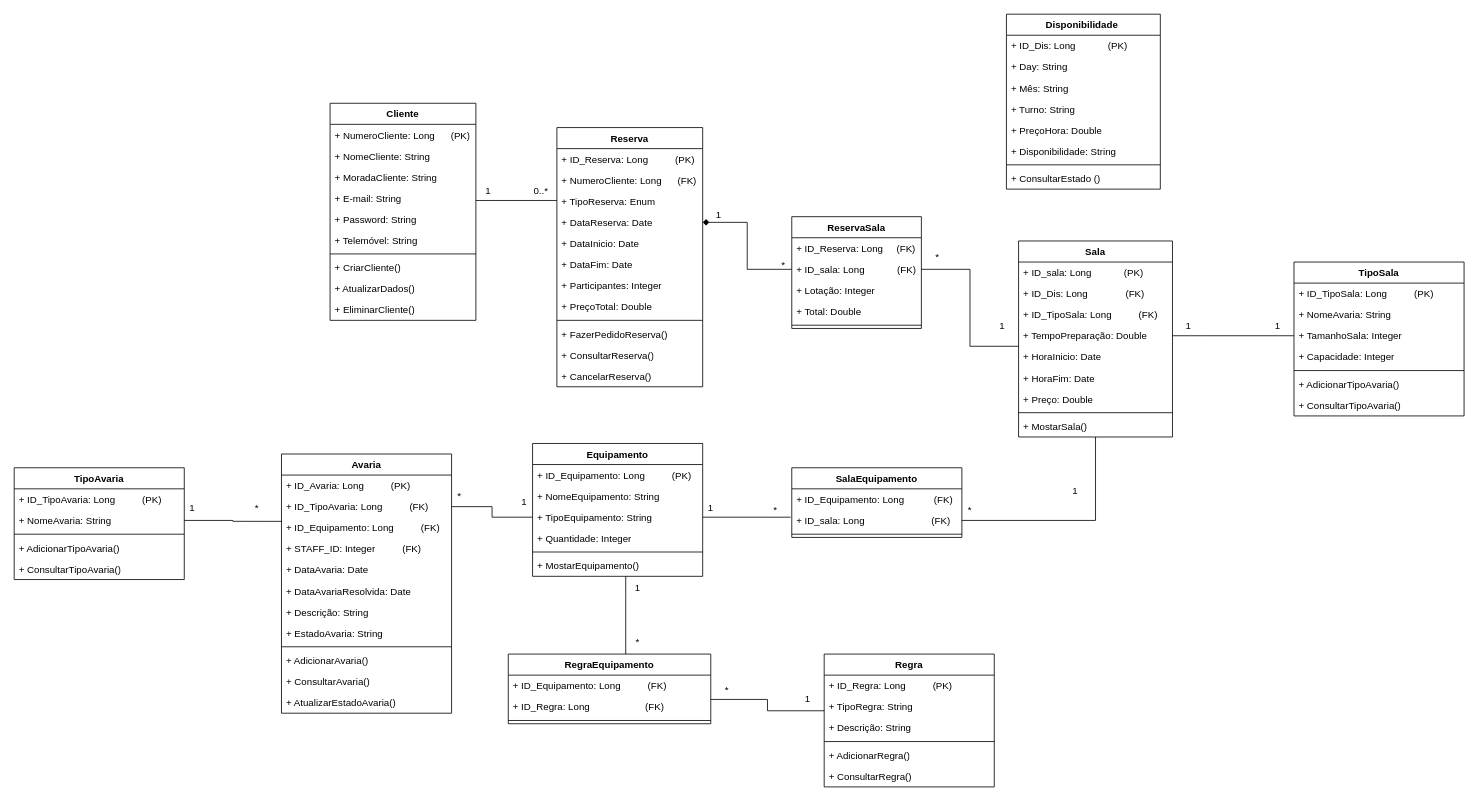
Earlier version of the draw.io diagram page "Diagrama de Classes" (1 of 2) of UMLDiagram.drawio (ic3K1ng/Rooms-Equipments). Source tidied: cells renumbered, new cells numbered last; positions are measured from the earlier drawing's top-left corner, leaving out a move shared by most shapes. Both pictures are drawn from the tidied source at 81%, with x=0, y=0 at pixel (14, 14).
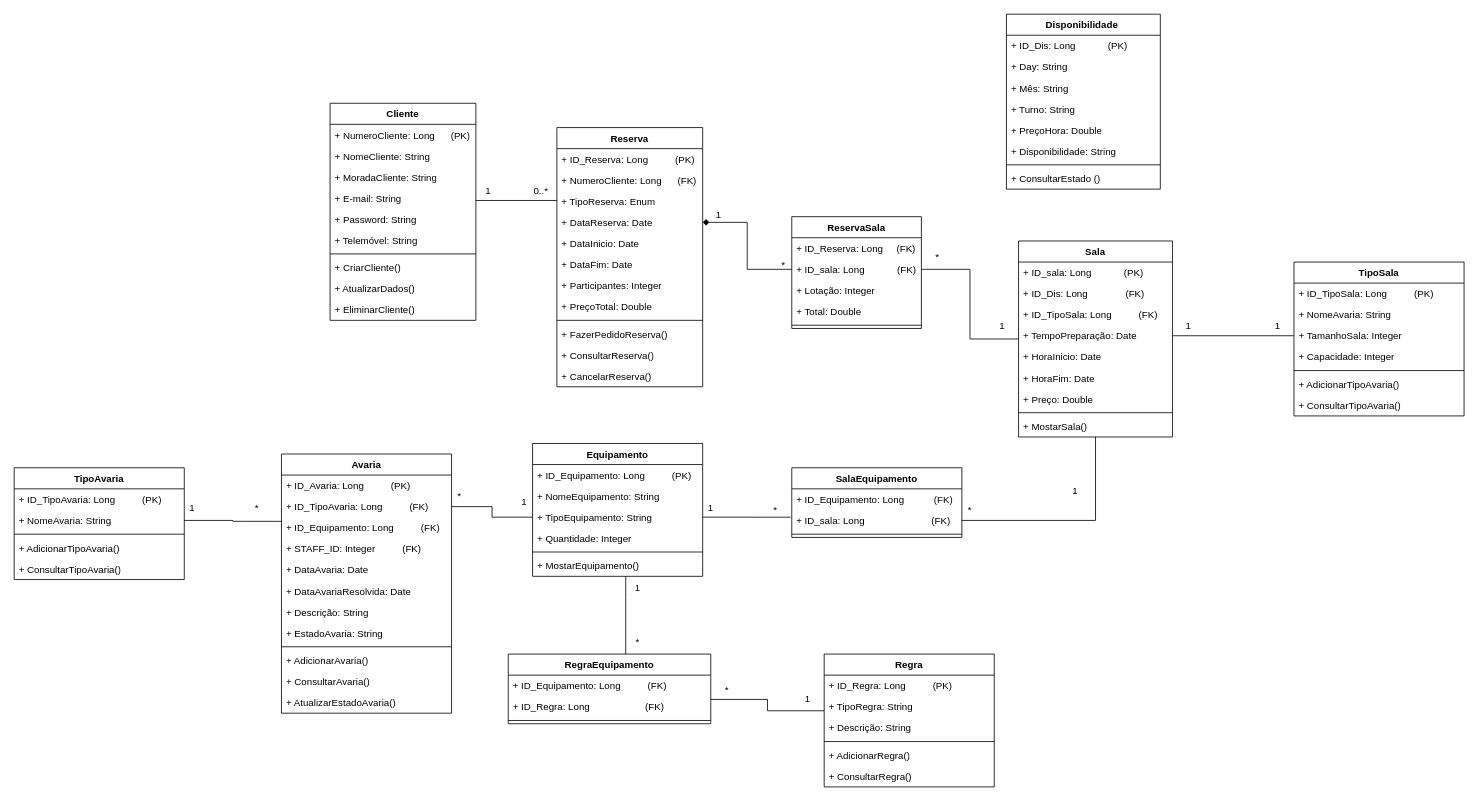
The same page after the edit.

The change refers to these unchanged cells:
```xml
<mxCell id="14" value="Sala" style="swimlane;fontStyle=1;align=center;verticalAlign=top;horizontal=1;startSize=26;whiteSpace=wrap;html=1;" parent="1" vertex="1">
  <mxGeometry x="1240" y="280" width="190" height="242" as="geometry" />
</mxCell>
<mxCell id="48" value="+ ID_sala: Long&amp;nbsp; &amp;nbsp; &amp;nbsp; &amp;nbsp; &amp;nbsp; &amp;nbsp; (FK)" style="text;strokeColor=none;fillColor=none;align=left;verticalAlign=top;spacingLeft=4;spacingRight=4;overflow=hidden;points=[[0,0.5],[1,0.5]];portConstraint=eastwest;whiteSpace=wrap;html=1;" parent="46" vertex="1">
  <mxGeometry y="52" width="160" height="26" as="geometry" />
</mxCell>
```

Change to the diagram source:
```diff
@@
-    <mxCell id="18" value="+ TempoPreparação: Double" style="text;strokeColor=none;fillColor=none;align=left;verticalAlign=top;spacingLeft=4;spacingRight=4;overflow=hidden;whiteSpace=wrap;html=1;" parent="14" vertex="1">
+    <mxCell id="18" value="+ TempoPreparação: Date" style="text;strokeColor=none;fillColor=none;align=left;verticalAlign=top;spacingLeft=4;spacingRight=4;overflow=hidden;whiteSpace=wrap;html=1;" parent="14" vertex="1">
       <mxGeometry y="104" width="190" height="26" as="geometry" />
     </mxCell>
@@
     <mxCell id="66" style="edgeStyle=orthogonalEdgeStyle;rounded=0;jettySize=auto;html=1;endArrow=none;endFill=0;" parent="1" edge="1" source="14" target="48">
       <mxGeometry relative="1" as="geometry">
         <Array as="points">
-          <mxPoint x="1180" y="410" />
+          <mxPoint x="1180" y="401" />
           <mxPoint x="1180" y="315" />
         </Array>
       </mxGeometry>
     </mxCell>
```
